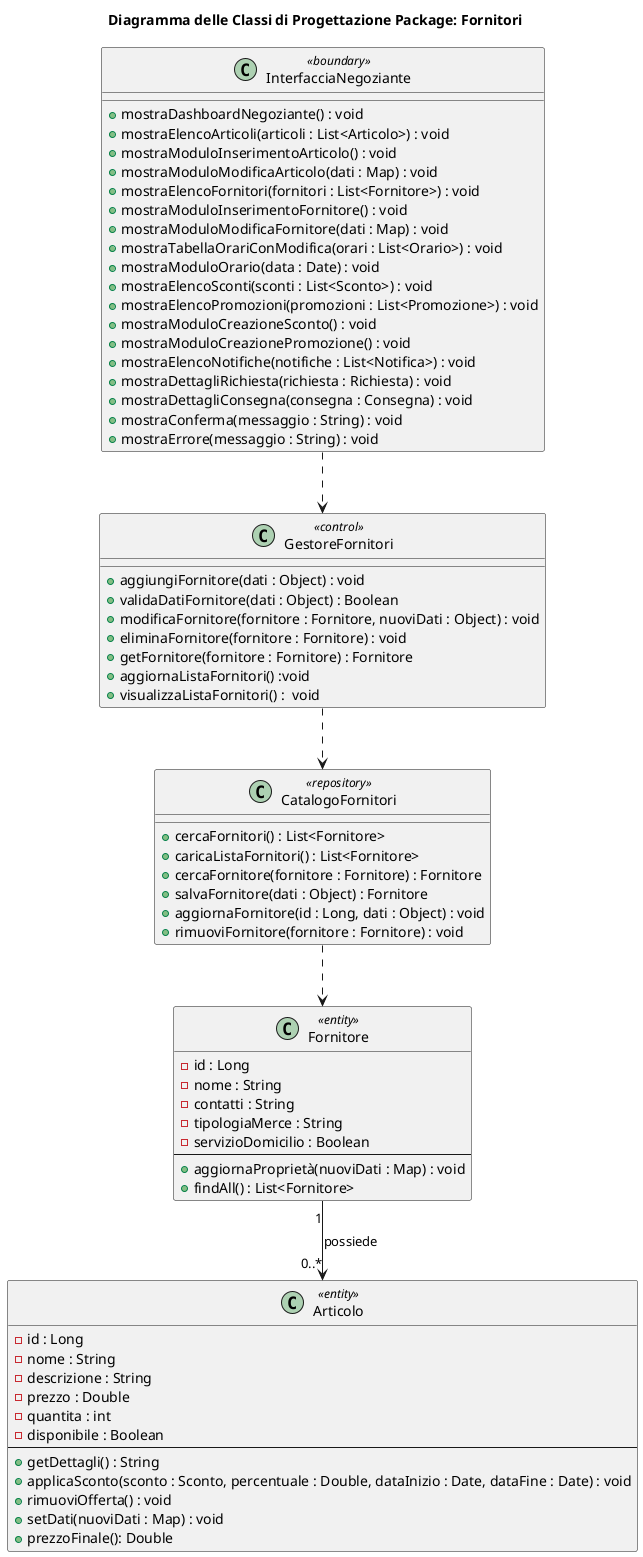
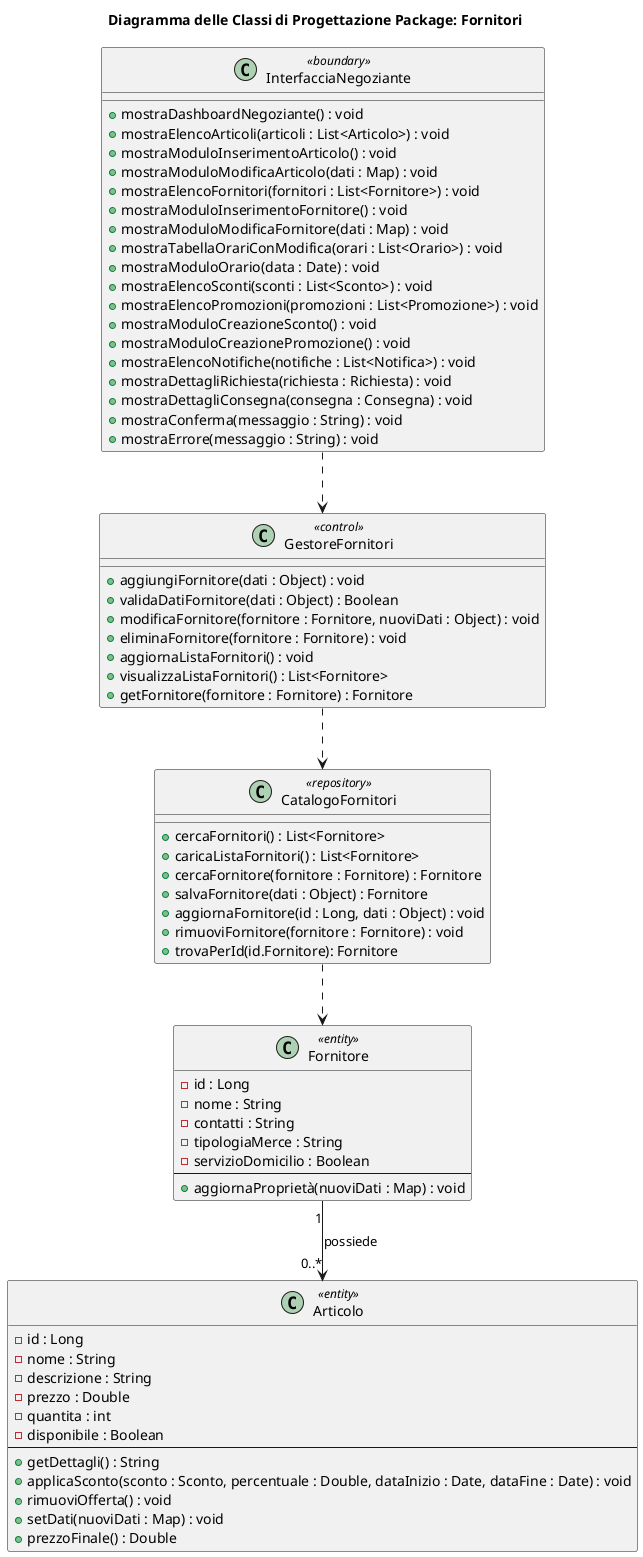
@startuml
title Diagramma delle Classi di Progettazione Package: Fornitori


interface InterfacciaNegoziante <<boundary>>
class GestoreFornitori <<control>>
class CatalogoFornitori <<repository>>
class Articolo <<entity>>

class "InterfacciaNegoziante" <<boundary>> {
    ' Dashboard
    + mostraDashboardNegoziante() : void
    ' Gestione Catalogo
    + mostraElencoArticoli(articoli : List<Articolo>) : void
    + mostraModuloInserimentoArticolo() : void
    + mostraModuloModificaArticolo(dati : Map) : void
    ' Gestione Fornitori
    + mostraElencoFornitori(fornitori : List<Fornitore>) : void
    + mostraModuloInserimentoFornitore() : void
    + mostraModuloModificaFornitore(dati : Map) : void
    ' Gestione Orari
    + mostraTabellaOrariConModifica(orari : List<Orario>) : void
    + mostraModuloOrario(data : Date) : void
    ' Gestione Offerte
    + mostraElencoSconti(sconti : List<Sconto>) : void
    + mostraElencoPromozioni(promozioni : List<Promozione>) : void
    + mostraModuloCreazioneSconto() : void
    + mostraModuloCreazionePromozione() : void
    ' Gestione Notifiche
    + mostraElencoNotifiche(notifiche : List<Notifica>) : void
    + mostraDettagliRichiesta(richiesta : Richiesta) : void
    + mostraDettagliConsegna(consegna : Consegna) : void
    ' Messaggi comuni
    + mostraConferma(messaggio : String) : void
    + mostraErrore(messaggio : String) : void
}
class Articolo <<entity>> {
    - id : Long
    - nome : String
    - descrizione : String
    - prezzo : Double
    - quantita : int
    - disponibile : Boolean
    --
    + getDettagli() : String
    + applicaSconto(sconto : Sconto, percentuale : Double, dataInizio : Date, dataFine : Date) : void
    + rimuoviOfferta() : void
    + setDati(nuoviDati : Map) : void
-     + prezzoFinale(): Double
+     + prezzoFinale() : Double
}
class Fornitore <<entity>> {
    - id : Long
    - nome : String
    - contatti : String
    - tipologiaMerce : String
    - servizioDomicilio : Boolean
    --
    + aggiornaProprietà(nuoviDati : Map) : void
-     + findAll() : List<Fornitore>
}
class CatalogoFornitori <<repository>> {
    + cercaFornitori() : List<Fornitore>
    + caricaListaFornitori() : List<Fornitore>
    + cercaFornitore(fornitore : Fornitore) : Fornitore
    + salvaFornitore(dati : Object) : Fornitore
    + aggiornaFornitore(id : Long, dati : Object) : void
    + rimuoviFornitore(fornitore : Fornitore) : void
+     + trovaPerId(id.Fornitore): Fornitore
}
class GestoreFornitori <<control>> {
    + aggiungiFornitore(dati : Object) : void
    + validaDatiFornitore(dati : Object) : Boolean
    + modificaFornitore(fornitore : Fornitore, nuoviDati : Object) : void
    + eliminaFornitore(fornitore : Fornitore) : void
+     + aggiornaListaFornitori() : void
+     + visualizzaListaFornitori() : List<Fornitore>
    + getFornitore(fornitore : Fornitore) : Fornitore
-     + aggiornaListaFornitori() :void
-     + visualizzaListaFornitori() :  void
}

InterfacciaNegoziante ..> GestoreFornitori
GestoreFornitori ..> CatalogoFornitori
CatalogoFornitori ..> Fornitore
Fornitore "1" --> "0..*" Articolo :possiede
@enduml